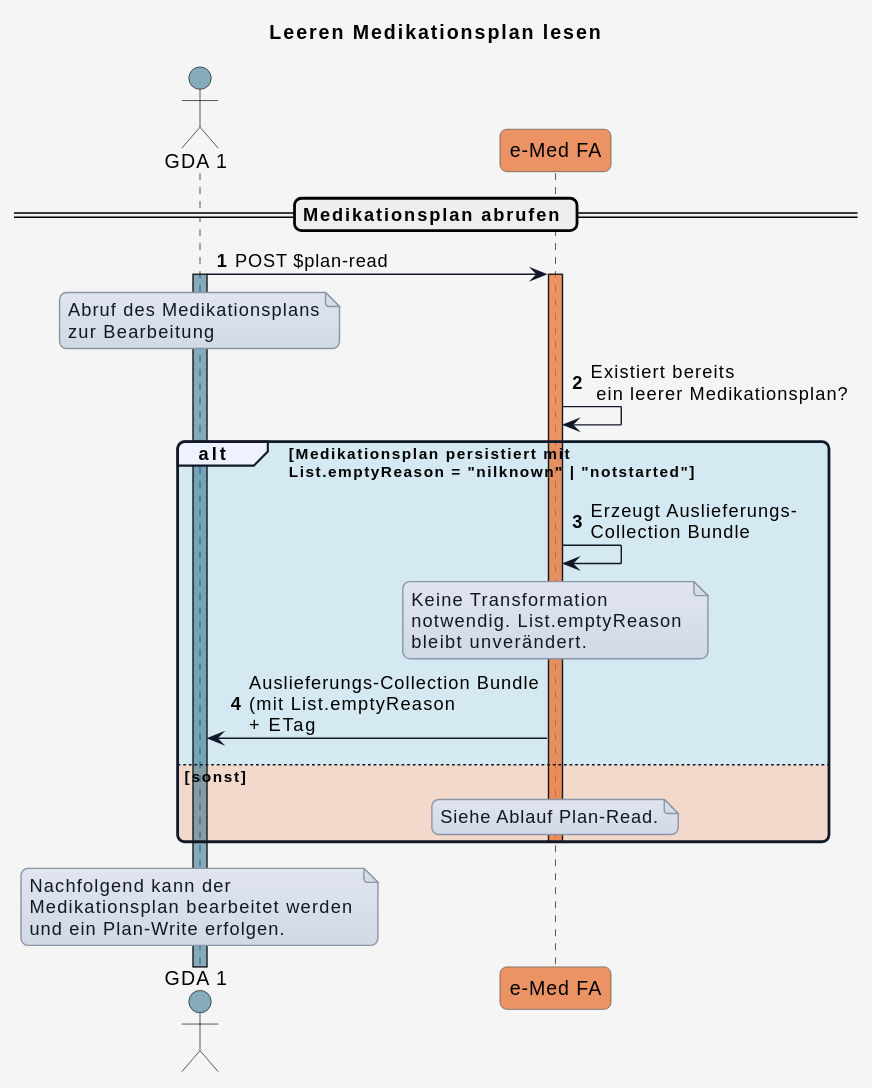
The PlantUML diagram input/images/plantuml/UC_eMed_05_04.svg in HL7Austria/ELGA-e-Medikation-R4, before a commit. Source of this version:
```plantuml
@startuml
title Leeren Medikationsplan lesen


skinparam borderColor #000000
skinparam backgroundColor #f5f5f5
skinparam shadowing false
skinparam roundCorner 10
skinparam defaultFontName "Arial"
skinparam defaultFontColor #000000
skinparam HyperlinkColor #0000EE
skinparam HyperlinkUnderline false
skinparam BoxPadding 20
skinparam BoxBorderColor #555555

skinparam note {
  BackgroundColor #e0e5f0-#d1d9e6
  BorderColor #8b95a5
  BorderThickness 1
  RoundCorner 0
  Padding 6
  FontColor #111827
  Shadowing false
}

skinparam sequence {
  ParticipantBorderColor #555555
  ParticipantBackgroundColor #ffffff
  ParticipantFontColor #000000
  ParticipantFontSize 14
  ParticipantPadding 20
  ArrowColor #111827
  ArrowThickness 1
  ArrowFontColor #000000
  ArrowFontSize 13
  GroupBorderColor #111827
  GroupBackgroundColor #eef2ff
  GroupBorderThickness 2
}

!define COLOR_GDA_1    #15608280
!define COLOR_GDA_2    #96607D80
!define COLOR_PATIENT  #196B2480
!define COLOR_APO      #0F9ED590
!define COLOR_EMED_FA  #e97232bd
!define COLOR_E_REZEPT #cd3732a9

!define COLOR_OK       #0F9ED525
!define COLOR_ERROR    #E9713235

actor GDA_1 as "GDA 1" COLOR_GDA_1
participant eMed_FA as "e-Med FA" COLOR_EMED_FA


autonumber

== Medikationsplan abrufen ==

GDA_1 -> eMed_FA: POST $plan-read
activate GDA_1 COLOR_GDA_1

note over GDA_1
Abruf des Medikationsplans
zur Bearbeitung
end note

activate eMed_FA COLOR_EMED_FA
eMed_FA -> eMed_FA: Existiert bereits\n ein leerer Medikationsplan?


alt COLOR_OK Medikationsplan persistiert mit\nList.emptyReason = "nilknown" | "notstarted"

  eMed_FA -> eMed_FA: Erzeugt Auslieferungs-\nCollection Bundle
  note over eMed_FA
  Keine Transformation
  notwendig. List.emptyReason
  bleibt unverändert.
  end note
  eMed_FA -> GDA_1: Auslieferungs-Collection Bundle\n(mit List.emptyReason\n+ ETag


else COLOR_ERROR sonst
  note over eMed_FA
  Siehe Ablauf Plan-Read.
  end note
  deactivate eMed_FA
end

note over GDA_1
Nachfolgend kann der
Medikationsplan bearbeitet werden
und ein Plan-Write erfolgen.
end note
@enduml
```
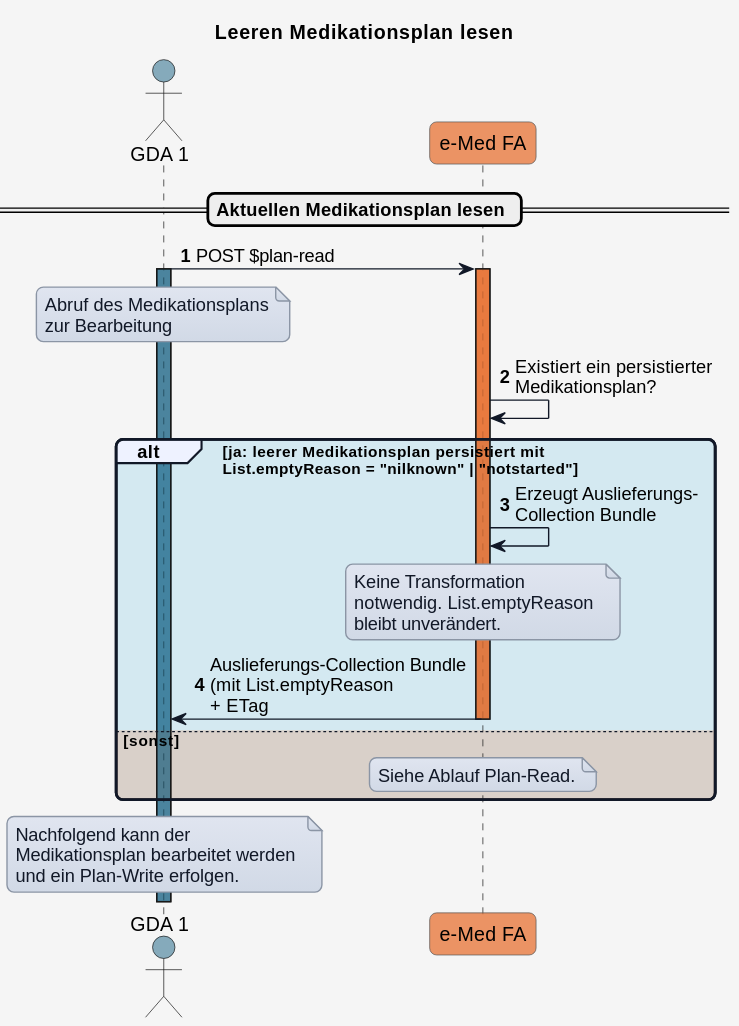
After the change.

The edit, as a diff of the source:
```diff
@@ -54,7 +54,7 @@
 
 autonumber
 
-== Medikationsplan abrufen ==
+== Aktuellen Medikationsplan lesen ==
 
 GDA_1 -> eMed_FA: POST $plan-read
 activate GDA_1 COLOR_GDA_1
@@ -65,10 +65,9 @@
 end note
 
 activate eMed_FA COLOR_EMED_FA
-eMed_FA -> eMed_FA: Existiert bereits\n ein leerer Medikationsplan?
+eMed_FA -> eMed_FA: Existiert ein persistierter\nMedikationsplan?
 
-
-alt COLOR_OK Medikationsplan persistiert mit\nList.emptyReason = "nilknown" | "notstarted"
+alt COLOR_OK ja: leerer Medikationsplan persistiert mit\nList.emptyReason = "nilknown" | "notstarted"
 
   eMed_FA -> eMed_FA: Erzeugt Auslieferungs-\nCollection Bundle
   note over eMed_FA
```
